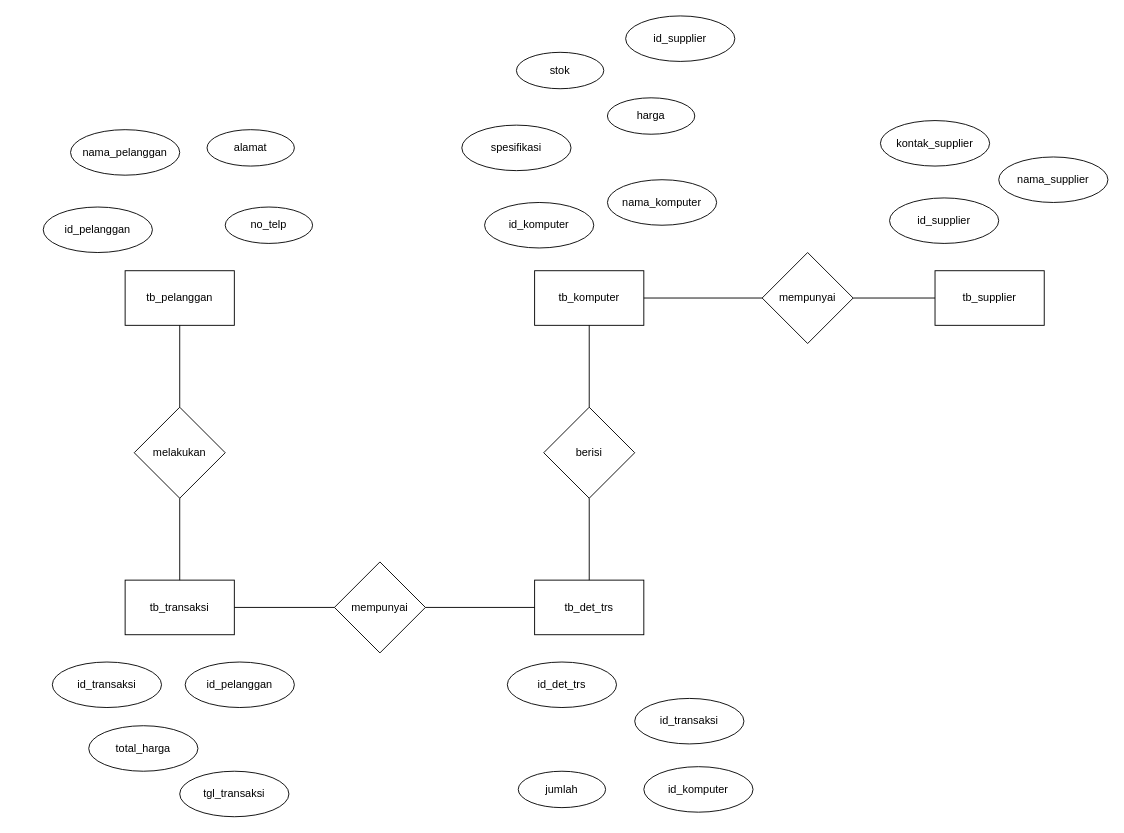
The draw.io diagram ERD_BaliKomputer.drawio in elikawicaksana/BuildIT_BasisData, before the edit. Source tidied: cells renumbered, new cells numbered last; positions are measured from the earlier drawing's top-left corner, leaving out a move shared by most shapes. Both pictures are drawn from the tidied source at 91%, with x=0, y=0 at pixel (43, 15).
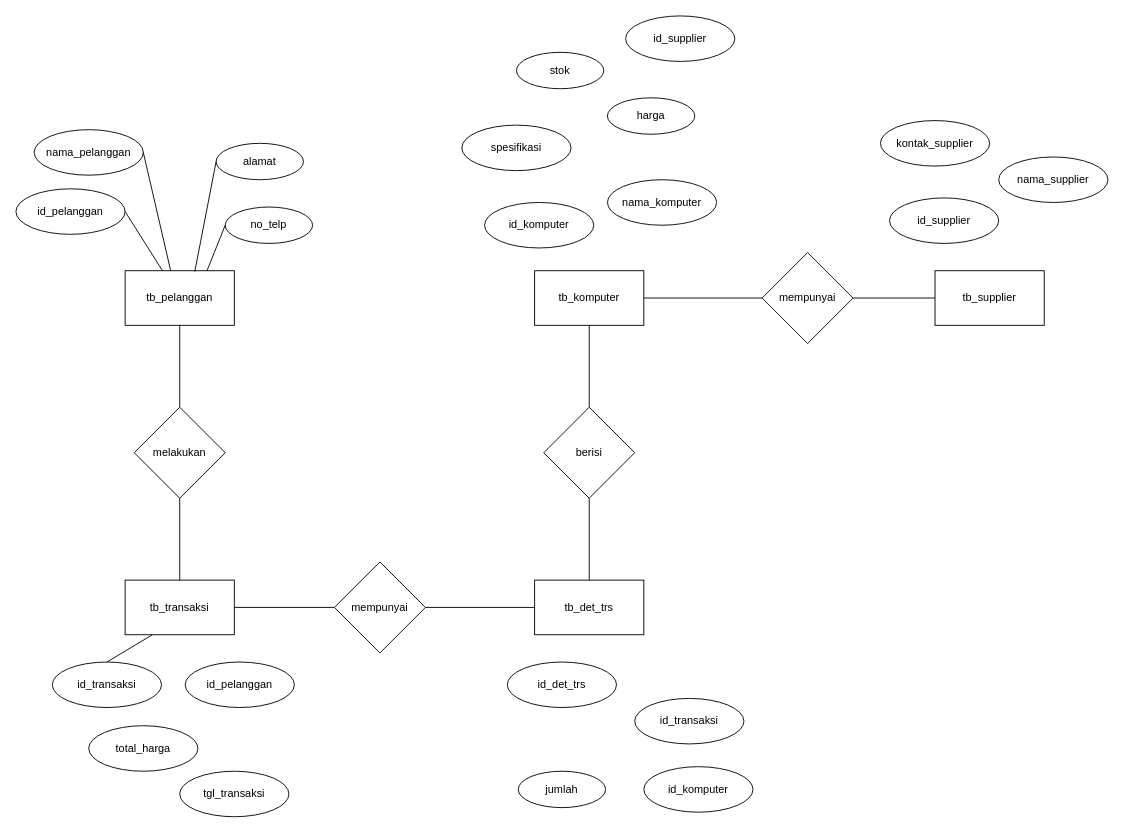
The same diagram, later.

The change refers to these unchanged cells:
```xml
<mxCell id="2" value="tb_pelanggan" style="rounded=0;whiteSpace=wrap;html=1;" parent="1" vertex="1">
  <mxGeometry x="90" y="280" width="120" height="60" as="geometry" />
</mxCell>
<mxCell id="4" value="tb_transaksi" style="rounded=0;whiteSpace=wrap;html=1;" parent="1" vertex="1">
  <mxGeometry x="90" y="620" width="120" height="60" as="geometry" />
</mxCell>
<mxCell id="21" value="&lt;font style=&quot;font-size: 12px;&quot;&gt;no_telp&lt;/font&gt;" style="ellipse;whiteSpace=wrap;html=1;" parent="1" vertex="1">
  <mxGeometry x="200" y="210" width="96" height="40" as="geometry" />
</mxCell>
<mxCell id="23" value="id_transaksi" style="ellipse;whiteSpace=wrap;html=1;" parent="1" vertex="1">
  <mxGeometry x="10" y="710" width="120" height="50" as="geometry" />
</mxCell>
```

What changed in the source:
```diff
@@
     <mxCell id="19" value="id_pelanggan" style="ellipse;whiteSpace=wrap;html=1;" parent="1" vertex="1">
-      <mxGeometry y="210" width="120" height="50" as="geometry" />
+      <mxGeometry x="-30" y="190" width="120" height="50" as="geometry" />
     </mxCell>
     <mxCell id="20" value="nama_pelanggan" style="ellipse;whiteSpace=wrap;html=1;" parent="1" vertex="1">
-      <mxGeometry x="30" y="125" width="120" height="50" as="geometry" />
+      <mxGeometry x="-10" y="125" width="120" height="50" as="geometry" />
     </mxCell>
@@
     <mxCell id="22" value="alamat" style="ellipse;whiteSpace=wrap;html=1;" parent="1" vertex="1">
-      <mxGeometry x="180" y="125" width="96" height="40" as="geometry" />
+      <mxGeometry x="190" y="140" width="96" height="40" as="geometry" />
     </mxCell>
@@
+    <mxCell id="40" style="endArrow=none;html=1;rounded=0;entryX=1;entryY=0.5;entryDx=0;entryDy=0;" parent="1" edge="1" source="2" target="19">
+      <mxGeometry relative="1" as="geometry" />
+    </mxCell>
+    <mxCell id="41" style="endArrow=none;html=1;rounded=0;entryX=1;entryY=0.5;entryDx=0;entryDy=0;exitX=0.417;exitY=0;exitDx=0;exitDy=0;exitPerimeter=0;" parent="1" edge="1" source="2" target="20">
+      <mxGeometry relative="1" as="geometry" />
+    </mxCell>
+    <mxCell id="42" style="endArrow=none;html=1;rounded=0;entryX=0;entryY=0.5;entryDx=0;entryDy=0;exitX=0.638;exitY=0.016;exitDx=0;exitDy=0;exitPerimeter=0;" parent="1" edge="1" source="2" target="22">
+      <mxGeometry relative="1" as="geometry" />
+    </mxCell>
+    <mxCell id="43" style="endArrow=none;html=1;rounded=0;entryX=0;entryY=0.5;entryDx=0;entryDy=0;exitX=0.75;exitY=0;exitDx=0;exitDy=0;" parent="1" edge="1" source="2" target="21">
+      <mxGeometry relative="1" as="geometry" />
+    </mxCell>
+    <mxCell id="44" style="endArrow=none;html=1;rounded=0;exitX=0.5;exitY=0;exitDx=0;exitDy=0;entryX=0.25;entryY=1;entryDx=0;entryDy=0;" parent="1" edge="1" source="23" target="4">
+      <mxGeometry relative="1" as="geometry" />
+    </mxCell>
```
